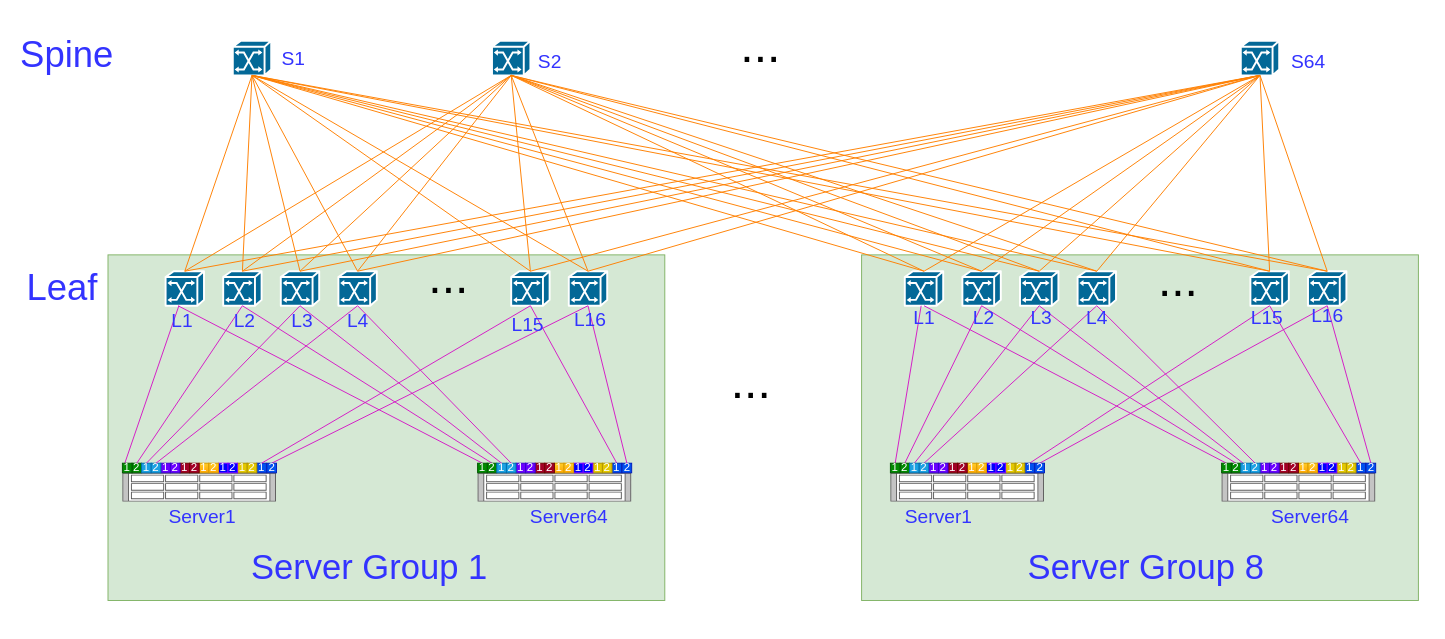
Before: 8000卡-双200G端口集群拓扑.drawio in hel-2000/network-draw, a draw.io diagram. Source tidied: cells renumbered, new cells numbered last; positions are measured from the earlier drawing's top-left corner, leaving out a move shared by most shapes. Both pictures are drawn from the tidied source at 96%, with x=0, y=0 at pixel (16, 17).
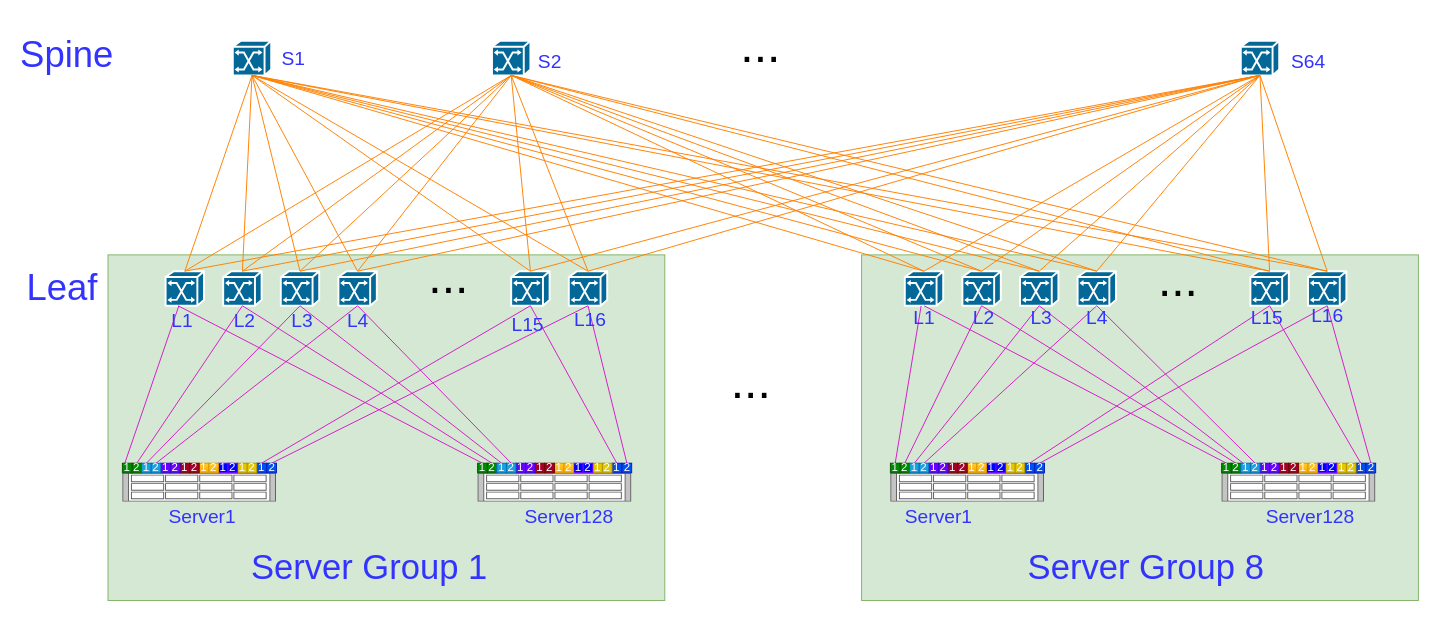
After the change.

Commit message (it also covers changes not shown here):
更新8000卡-双200G端口集群拓扑.drawio

Diff of the diagram source:
```diff
@@
-    <mxCell id="92" value="&lt;font style=&quot;font-size: 20px;&quot; color=&quot;#3333ff&quot;&gt;Server64&lt;/font&gt;" style="text;strokeColor=none;align=center;fillColor=none;html=1;verticalAlign=middle;whiteSpace=wrap;rounded=0;" parent="1" vertex="1">
+    <mxCell id="92" value="&lt;font style=&quot;font-size: 20px;&quot; color=&quot;#3333ff&quot;&gt;Server128&lt;/font&gt;" style="text;strokeColor=none;align=center;fillColor=none;html=1;verticalAlign=middle;whiteSpace=wrap;rounded=0;" parent="1" vertex="1">
       <mxGeometry x="532.5" y="504" width="85" height="30" as="geometry" />
     </mxCell>
-    <mxCell id="93" value="&lt;font style=&quot;font-size: 20px;&quot; color=&quot;#3333ff&quot;&gt;Server64&lt;/font&gt;" style="text;strokeColor=none;align=center;fillColor=none;html=1;verticalAlign=middle;whiteSpace=wrap;rounded=0;" parent="1" vertex="1">
+    <mxCell id="93" value="&lt;font style=&quot;font-size: 20px;&quot; color=&quot;#3333ff&quot;&gt;Server128&lt;/font&gt;" style="text;strokeColor=none;align=center;fillColor=none;html=1;verticalAlign=middle;whiteSpace=wrap;rounded=0;" parent="1" vertex="1">
       <mxGeometry x="1305" y="504" width="85" height="30" as="geometry" />
     </mxCell>
```
